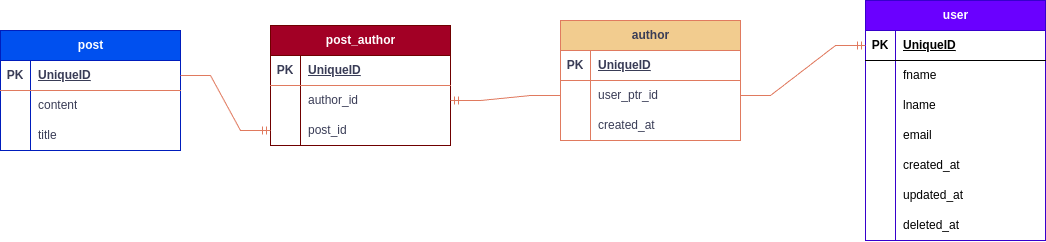
Earlier version of the draw.io export BlogApp_ERD.drawio.png (MohammadYeganeFar/Blog_App). Source tidied: cells renumbered, new cells last; positions are measured from the earlier drawing's top-left corner, leaving out a move shared by most shapes.
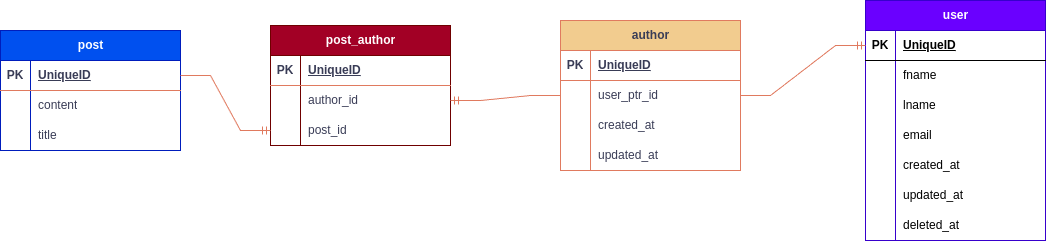
After the change.

Diff of the diagram source:
```diff
@@ -3,7 +3,7 @@
     <mxCell id="0" />
     <mxCell id="1" parent="0" />
     <mxCell id="2" value="author" style="shape=table;startSize=30;rowLines=0;fontStyle=1;align=center;html=1;labelBackgroundColor=none;fillColor=#F2CC8F;strokeColor=#E07A5F;fontColor=#393C56;" parent="1" vertex="1">
-      <mxGeometry x="560" y="20" width="180" height="120" as="geometry" />
+      <mxGeometry x="560" y="20" width="180" height="150" as="geometry" />
     </mxCell>
     <mxCell id="3" style="shape=tableRow;horizontal=0;startSize=0;swimlaneHead=0;swimlaneBody=0;fillColor=none;top=0;left=0;right=0;bottom=1;labelBackgroundColor=none;strokeColor=#E07A5F;fontColor=#393C56;" parent="2" vertex="1">
       <mxGeometry y="30" width="180" height="30" as="geometry" />
@@ -32,6 +32,15 @@
     <mxCell id="11" value="created_at" style="shape=partialRectangle;fillColor=none;top=0;left=0;bottom=0;right=0;align=left;spacingLeft=6;overflow=hidden;whiteSpace=wrap;html=1;labelBackgroundColor=none;strokeColor=#E07A5F;fontColor=#393C56;" parent="9" vertex="1">
       <mxGeometry x="30" width="150" height="30" as="geometry" />
     </mxCell>
+    <mxCell id="57" style="shape=tableRow;horizontal=0;startSize=0;swimlaneHead=0;swimlaneBody=0;fillColor=none;top=0;left=0;right=0;bottom=0;labelBackgroundColor=none;strokeColor=#E07A5F;fontColor=#393C56;" parent="2" vertex="1">
+      <mxGeometry y="120" width="180" height="30" as="geometry" />
+    </mxCell>
+    <mxCell id="58" style="shape=partialRectangle;fillColor=none;top=0;left=0;bottom=0;right=0;overflow=hidden;whiteSpace=wrap;html=1;labelBackgroundColor=none;strokeColor=#E07A5F;fontColor=#393C56;" parent="57" vertex="1">
+      <mxGeometry width="30" height="30" as="geometry" />
+    </mxCell>
+    <mxCell id="59" value="updated_at" style="shape=partialRectangle;fillColor=none;top=0;left=0;bottom=0;right=0;align=left;spacingLeft=6;overflow=hidden;whiteSpace=wrap;html=1;labelBackgroundColor=none;strokeColor=#E07A5F;fontColor=#393C56;" parent="57" vertex="1">
+      <mxGeometry x="30" width="150" height="30" as="geometry" />
+    </mxCell>
     <mxCell id="12" value="user" style="shape=table;startSize=30;rowLines=0;fontStyle=1;align=center;html=1;fillColor=#6a00ff;fontColor=#ffffff;strokeColor=#3700CC;" parent="1" vertex="1">
       <mxGeometry x="865" width="180" height="240" as="geometry" />
     </mxCell>
```
